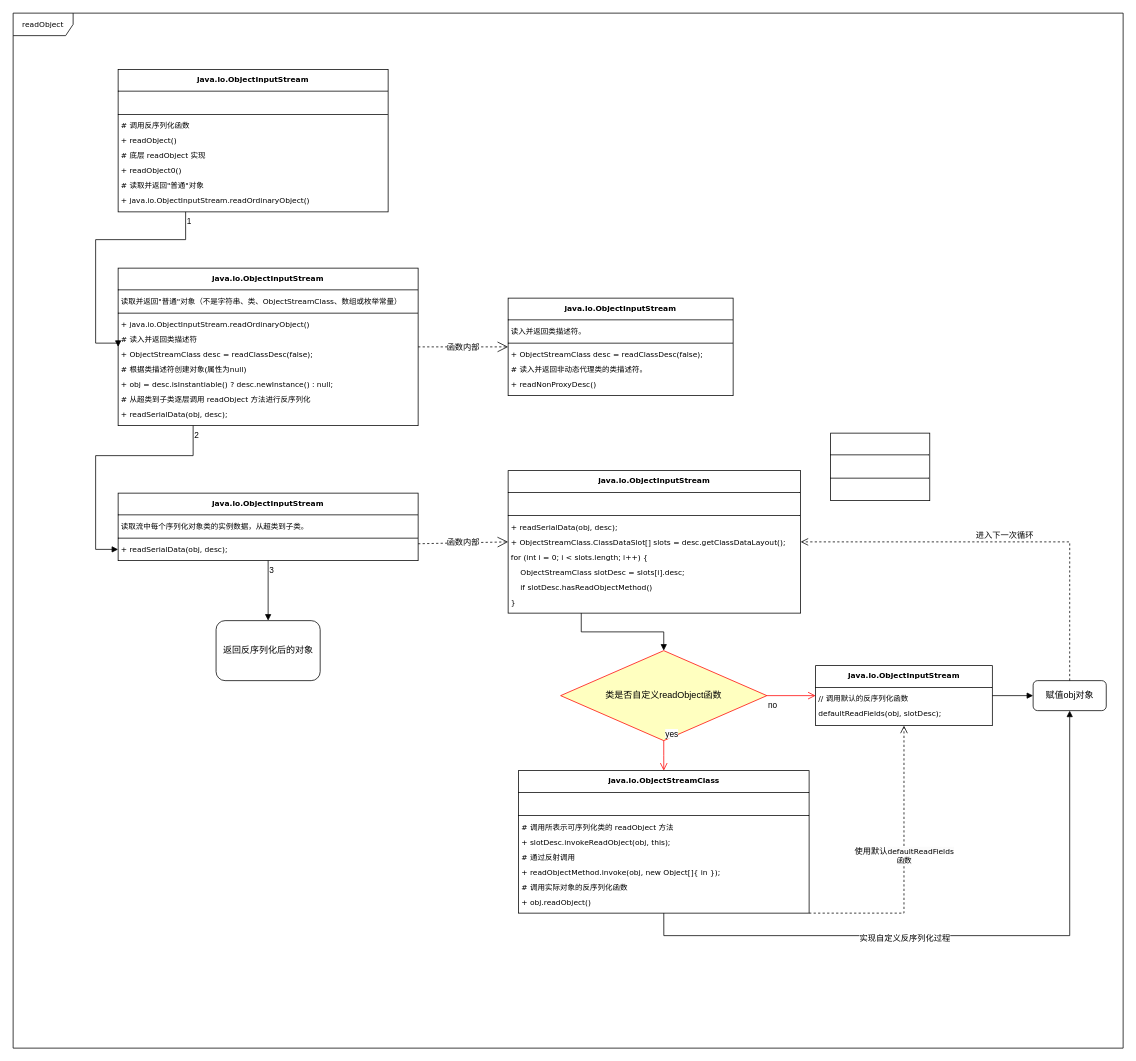
This is page "反序列化" (12 of 12) of 未命名绘图.drawio from codeyso/finEngine, a draw.io file, before an edit. Source tidied: cells renumbered, new cells numbered last; positions are measured from the earlier drawing's top-left corner, leaving out a move shared by most shapes. Both pictures are drawn from the tidied source at 75%, with x=0, y=0 at pixel (13, 13).
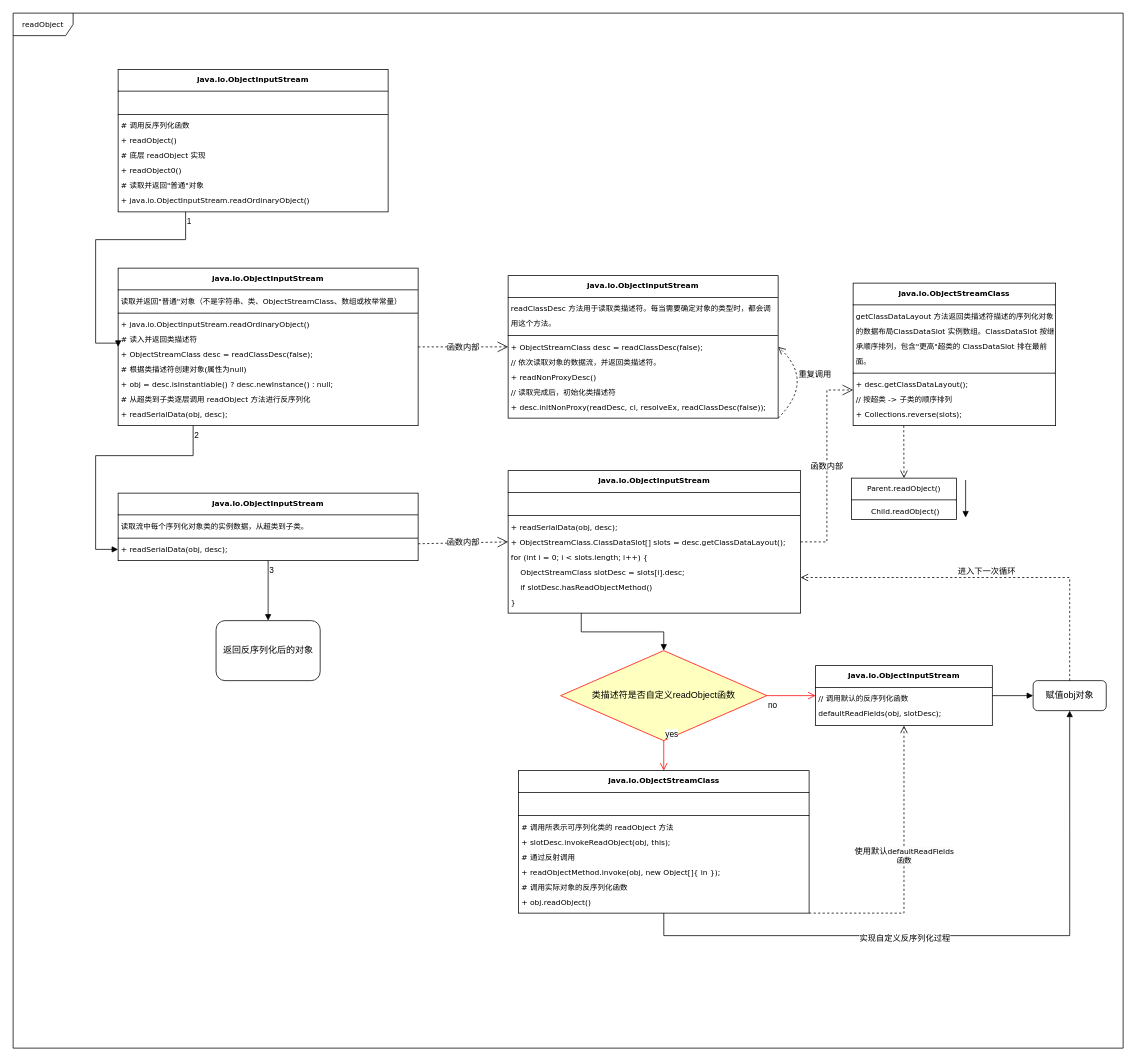
Above is the later version.

Unchanged cells that the change refers to:
```xml
<mxCell id="14" value="&lt;p style=&quot;text-align: center; margin: 4px 0px 0px; line-height: 200%;&quot;&gt;&lt;b&gt;java.io.ObjectInputStream&lt;/b&gt;&lt;br&gt;&lt;/p&gt;&lt;hr size=&quot;1&quot; style=&quot;border-style: solid; line-height: 200%;&quot;&gt;&lt;p style=&quot;margin: 0px 0px 0px 4px; line-height: 20px;&quot;&gt;&lt;br&gt;&lt;/p&gt;&lt;hr size=&quot;1&quot; style=&quot;border-style: solid; line-height: 200%;&quot;&gt;&lt;p style=&quot;margin: 0px 0px 0px 4px; line-height: 20px;&quot;&gt;+&amp;nbsp;readSerialData(obj, desc);&lt;br&gt;&lt;/p&gt;&lt;p style=&quot;margin: 0px 0px 0px 4px; line-height: 20px;&quot;&gt;+ ObjectStreamClass.ClassDataSlot[] slots = desc.getClassDataLayout();&lt;br&gt;&lt;/p&gt;&lt;p style=&quot;margin: 0px 0px 0px 4px; line-height: 20px;&quot;&gt;for (int i = 0; i &amp;lt; slots.length; i++) {&lt;/p&gt;&lt;p style=&quot;margin: 0px 0px 0px 4px; line-height: 20px;&quot;&gt;&amp;nbsp; &amp;nbsp;&amp;nbsp;ObjectStreamClass slotDesc = slots[i].desc;&lt;/p&gt;&lt;p style=&quot;margin: 0px 0px 0px 4px; line-height: 20px;&quot;&gt;&amp;nbsp; &amp;nbsp;&amp;nbsp;if slotDesc.hasReadObjectMethod()&lt;/p&gt;&lt;p style=&quot;margin: 0px 0px 0px 4px; line-height: 20px;&quot;&gt;}&lt;/p&gt;" style="verticalAlign=top;align=left;overflow=fill;html=1;whiteSpace=wrap;rounded=0;shadow=0;comic=0;strokeColor=default;strokeWidth=1;fontFamily=Verdana;fontSize=10;fontColor=default;labelBackgroundColor=none;fillColor=default;" parent="1" vertex="1">
  <mxGeometry x="660" y="610" width="390" height="190" as="geometry" />
</mxCell>
<mxCell id="18" value="赋值obj对象" style="rounded=1;whiteSpace=wrap;html=1;" parent="1" vertex="1">
  <mxGeometry x="1360" y="890" width="97.5" height="40" as="geometry" />
</mxCell>
```

What changed in the source:
```diff
@@
-    <mxCell id="4" value="&lt;p style=&quot;text-align: center; margin: 4px 0px 0px; line-height: 200%;&quot;&gt;&lt;b&gt;java.io.ObjectInputStream&lt;/b&gt;&lt;br&gt;&lt;/p&gt;&lt;hr size=&quot;1&quot; style=&quot;border-style: solid; line-height: 200%;&quot;&gt;&lt;p style=&quot;margin: 0px 0px 0px 4px; line-height: 20px;&quot;&gt;读入并返回类描述符。&lt;br&gt;&lt;/p&gt;&lt;hr size=&quot;1&quot; style=&quot;border-style: solid; line-height: 200%;&quot;&gt;&lt;p style=&quot;margin: 0px 0px 0px 4px; line-height: 200%;&quot;&gt;+&amp;nbsp;ObjectStreamClass desc = readClassDesc(false);&lt;br&gt;&lt;/p&gt;&lt;p style=&quot;margin: 0px 0px 0px 4px; line-height: 200%;&quot;&gt;#&amp;nbsp;读入并返回非动态代理类的类描述符。&lt;/p&gt;&lt;p style=&quot;margin: 0px 0px 0px 4px; line-height: 200%;&quot;&gt;+&amp;nbsp;readNonProxyDesc()&lt;br&gt;&lt;/p&gt;&lt;p style=&quot;margin: 0px 0px 0px 4px; line-height: 200%;&quot;&gt;&lt;br&gt;&lt;/p&gt;" style="verticalAlign=top;align=left;overflow=fill;html=1;whiteSpace=wrap;rounded=0;shadow=0;comic=0;strokeColor=default;strokeWidth=1;fontFamily=Verdana;fontSize=10;fontColor=default;labelBackgroundColor=none;fillColor=default;" parent="1" vertex="1">
-      <mxGeometry x="660" y="380" width="300" height="130" as="geometry" />
+    <mxCell id="4" value="&lt;p style=&quot;text-align: center; margin: 4px 0px 0px; line-height: 200%;&quot;&gt;&lt;b&gt;java.io.ObjectInputStream&lt;/b&gt;&lt;br&gt;&lt;/p&gt;&lt;hr size=&quot;1&quot; style=&quot;border-style: solid; line-height: 200%;&quot;&gt;&lt;p style=&quot;margin: 0px 0px 0px 4px; line-height: 20px;&quot;&gt;readClassDesc 方法用于读取类描述符。每当需要确定对象的类型时，都会调用这个方法。&lt;br&gt;&lt;/p&gt;&lt;hr size=&quot;1&quot; style=&quot;border-style: solid; line-height: 200%;&quot;&gt;&lt;p style=&quot;margin: 0px 0px 0px 4px; line-height: 200%;&quot;&gt;+&amp;nbsp;ObjectStreamClass desc = readClassDesc(false);&lt;br&gt;&lt;/p&gt;&lt;p style=&quot;margin: 0px 0px 0px 4px; line-height: 200%;&quot;&gt;// 依次读取对象的数据流，并返回类描述符。&lt;/p&gt;&lt;p style=&quot;margin: 0px 0px 0px 4px; line-height: 200%;&quot;&gt;+&amp;nbsp;readNonProxyDesc()&lt;br&gt;&lt;/p&gt;&lt;p style=&quot;margin: 0px 0px 0px 4px; line-height: 20px;&quot;&gt;// 读取完成后，初始化类描述符&lt;/p&gt;&lt;p style=&quot;margin: 0px 0px 0px 4px; line-height: 20px;&quot;&gt;+&amp;nbsp;desc.initNonProxy(readDesc, cl, resolveEx, readClassDesc(false));&lt;/p&gt;&lt;p style=&quot;margin: 0px 0px 0px 4px; line-height: 200%;&quot;&gt;&lt;br&gt;&lt;/p&gt;" style="verticalAlign=top;align=left;overflow=fill;html=1;whiteSpace=wrap;rounded=0;shadow=0;comic=0;strokeColor=default;strokeWidth=1;fontFamily=Verdana;fontSize=10;fontColor=default;labelBackgroundColor=none;fillColor=default;" parent="1" vertex="1">
+      <mxGeometry x="660" y="350" width="360" height="190" as="geometry" />
     </mxCell>
@@
-    <mxCell id="9" value="类是否自定义readObject函数" style="rhombus;whiteSpace=wrap;html=1;fontColor=#000000;fillColor=#ffffc0;strokeColor=#ff0000;" parent="1" vertex="1">
+    <mxCell id="9" value="类描述符是否自定义readObject函数" style="rhombus;whiteSpace=wrap;html=1;fontColor=#000000;fillColor=#ffffc0;strokeColor=#ff0000;" parent="1" vertex="1">
       <mxGeometry x="730" y="850" width="275" height="120" as="geometry" />
     </mxCell>
@@
-    <mxCell id="22" value="进入下一次循环" style="html=1;verticalAlign=bottom;endArrow=open;dashed=1;endSize=8;rounded=0;exitX=0.5;exitY=0;exitDx=0;exitDy=0;entryX=1;entryY=0.5;entryDx=0;entryDy=0;edgeStyle=orthogonalEdgeStyle;" parent="1" edge="1" source="18" target="14">
+    <mxCell id="22" value="进入下一次循环" style="html=1;verticalAlign=bottom;endArrow=open;dashed=1;endSize=8;rounded=0;exitX=0.5;exitY=0;exitDx=0;exitDy=0;entryX=1;entryY=0.75;entryDx=0;entryDy=0;edgeStyle=orthogonalEdgeStyle;" parent="1" edge="1" source="18" target="14">
       <mxGeometry relative="1" as="geometry" />
     </mxCell>
@@
-    <mxCell id="26" value="&lt;p style=&quot;text-align: center; margin: 4px 0px 0px; line-height: 200%;&quot;&gt;&lt;br&gt;&lt;/p&gt;&lt;hr size=&quot;1&quot; style=&quot;border-style: solid; line-height: 200%;&quot;&gt;&lt;p style=&quot;margin: 0px 0px 0px 4px; line-height: 20px;&quot;&gt;&lt;br&gt;&lt;/p&gt;&lt;hr size=&quot;1&quot; style=&quot;border-style: solid; line-height: 200%;&quot;&gt;&lt;p style=&quot;margin: 0px 0px 0px 4px; line-height: 200%;&quot;&gt;&lt;br&gt;&lt;/p&gt;&lt;p style=&quot;margin: 0px 0px 0px 4px; line-height: 200%;&quot;&gt;&lt;br&gt;&lt;/p&gt;" style="verticalAlign=top;align=left;overflow=fill;html=1;whiteSpace=wrap;rounded=0;shadow=0;comic=0;strokeColor=default;strokeWidth=1;fontFamily=Verdana;fontSize=10;fontColor=default;labelBackgroundColor=none;fillColor=default;" parent="1" vertex="1">
-      <mxGeometry x="1090" y="560" width="132.2" height="90" as="geometry" />
+    <mxCell id="26" value="&lt;p style=&quot;margin: 4px 0px 0px; line-height: 200%;&quot;&gt;Parent.readObject()&lt;br&gt;&lt;/p&gt;&lt;hr style=&quot;border-style: solid; line-height: 200%;&quot; size=&quot;1&quot;&gt;&lt;p style=&quot;margin: 0px 0px 0px 4px; line-height: 20px;&quot;&gt;Child.readObject()&lt;br&gt;&lt;/p&gt;&lt;p style=&quot;margin: 0px 0px 0px 4px; line-height: 200%;&quot;&gt;&lt;br&gt;&lt;/p&gt;&lt;p style=&quot;margin: 0px 0px 0px 4px; line-height: 200%;&quot;&gt;&lt;br&gt;&lt;/p&gt;" style="verticalAlign=top;align=center;overflow=fill;html=1;whiteSpace=wrap;rounded=0;shadow=0;comic=0;strokeColor=default;strokeWidth=1;fontFamily=Verdana;fontSize=10;fontColor=default;labelBackgroundColor=none;fillColor=default;" parent="1" vertex="1">
+      <mxGeometry x="1117.8" y="620" width="140" height="55" as="geometry" />
     </mxCell>
+    <mxCell id="27" value="&lt;p style=&quot;text-align: center; margin: 4px 0px 0px; line-height: 200%;&quot;&gt;&lt;b&gt;java.io.&lt;/b&gt;&lt;span style=&quot;background-color: initial; text-align: left;&quot;&gt;&lt;b&gt;ObjectStreamClass&lt;/b&gt;&lt;/span&gt;&lt;br&gt;&lt;/p&gt;&lt;hr size=&quot;1&quot; style=&quot;border-style: solid; line-height: 200%;&quot;&gt;&lt;p style=&quot;margin: 0px 0px 0px 4px; line-height: 20px;&quot;&gt;&lt;span style=&quot;background-color: initial;&quot;&gt;getClassDataLayout 方法&lt;/span&gt;返回类描述符描述的序列化对象的数据布局ClassDataSlot 实例数组。ClassDataSlot 按继承顺序排列，包含&quot;更高&quot;超类的 ClassDataSlot 排在最前面。&lt;br&gt;&lt;/p&gt;&lt;hr size=&quot;1&quot; style=&quot;border-style: solid; line-height: 200%;&quot;&gt;&lt;p style=&quot;margin: 0px 0px 0px 4px; line-height: 200%;&quot;&gt;+&amp;nbsp;&lt;span style=&quot;background-color: initial;&quot;&gt;desc.getClassDataLayout();&lt;/span&gt;&lt;/p&gt;&lt;p style=&quot;margin: 0px 0px 0px 4px; line-height: 200%;&quot;&gt;// 按超类 -&amp;gt; 子类的顺序排列&lt;br&gt;&lt;/p&gt;&lt;p style=&quot;margin: 0px 0px 0px 4px; line-height: 200%;&quot;&gt;+&amp;nbsp;&lt;span style=&quot;background-color: initial;&quot;&gt;Collections.reverse(slots);&lt;/span&gt;&lt;/p&gt;&lt;p style=&quot;margin: 0px 0px 0px 4px; line-height: 200%;&quot;&gt;&lt;br&gt;&lt;/p&gt;" style="verticalAlign=top;align=left;overflow=fill;html=1;whiteSpace=wrap;rounded=0;shadow=0;comic=0;strokeColor=default;strokeWidth=1;fontFamily=Verdana;fontSize=10;fontColor=default;labelBackgroundColor=none;fillColor=default;" parent="1" vertex="1">
+      <mxGeometry x="1120" y="360" width="270" height="190" as="geometry" />
+    </mxCell>
+    <mxCell id="28" value="函数内部" style="endArrow=open;endSize=12;dashed=1;html=1;rounded=0;exitX=1;exitY=0.5;exitDx=0;exitDy=0;entryX=0;entryY=0.75;entryDx=0;entryDy=0;edgeStyle=orthogonalEdgeStyle;" parent="1" edge="1" source="14" target="27">
+      <mxGeometry relative="1" as="geometry" />
+    </mxCell>
+    <mxCell id="29" style="html=1;verticalAlign=bottom;endArrow=open;dashed=1;endSize=8;curved=0;rounded=0;exitX=0.25;exitY=1;exitDx=0;exitDy=0;entryX=0.5;entryY=0;entryDx=0;entryDy=0;" parent="1" edge="1" source="27" target="26">
+      <mxGeometry relative="1" as="geometry" />
+    </mxCell>
+    <mxCell id="30" style="html=1;verticalAlign=middle;endArrow=block;curved=0;rounded=0;labelPosition=center;verticalLabelPosition=middle;align=center;" parent="1" edge="1">
+      <mxGeometry relative="1" as="geometry">
+        <mxPoint x="1270" y="622.5" as="sourcePoint" />
+        <mxPoint x="1270" y="672.5" as="targetPoint" />
+      </mxGeometry>
+    </mxCell>
+    <mxCell id="31" value="重复调用" style="html=1;verticalAlign=bottom;endArrow=open;dashed=1;endSize=8;curved=1;rounded=0;exitX=1;exitY=1;exitDx=0;exitDy=0;entryX=1;entryY=0.5;entryDx=0;entryDy=0;edgeStyle=orthogonalEdgeStyle;elbow=vertical;" parent="1" edge="1" source="4" target="4">
+      <mxGeometry relative="1" as="geometry">
+        <Array as="points">
+          <mxPoint x="1070" y="490" />
+        </Array>
+      </mxGeometry>
+    </mxCell>
```
